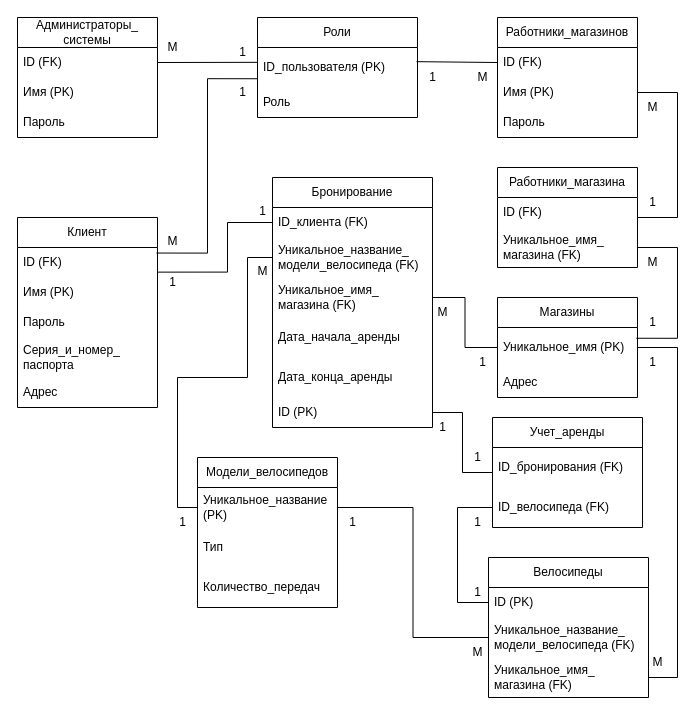
Earlier version of the draw.io diagram page "Реляционная модель" (2 of 6) of Диаграммы проката велосипедов.drawio (GeorgeAlwaysWin/BikeRent). Source tidied: cells renumbered, new cells numbered last; positions are measured from the earlier drawing's top-left corner, leaving out a move shared by most shapes. Both pictures are drawn from the tidied source at 100%, with x=0, y=0 at pixel (17, 17).
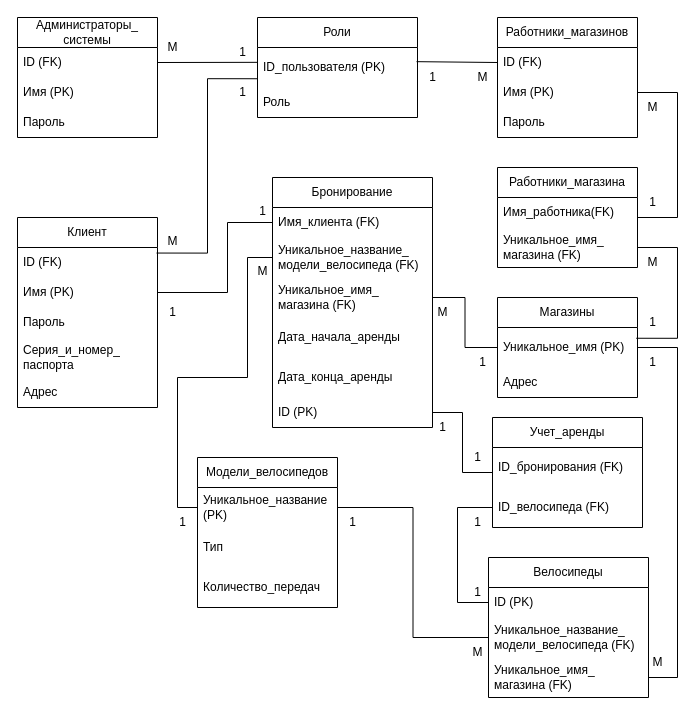
After the change.

The change refers to these unchanged cells:
```xml
<mxCell id="14" value="ID (FK)" style="text;strokeColor=none;fillColor=none;align=left;verticalAlign=middle;spacingLeft=4;spacingRight=4;overflow=hidden;points=[[0,0.5],[1,0.5]];portConstraint=eastwest;whiteSpace=wrap;html=1;fontFamily=Helvetica;fontSize=12;fontColor=default;labelBackgroundColor=default;" parent="13" vertex="1">
  <mxGeometry y="30" width="140" height="30" as="geometry" />
</mxCell>
<mxCell id="15" value="Имя (PK)" style="text;strokeColor=none;fillColor=none;align=left;verticalAlign=middle;spacingLeft=4;spacingRight=4;overflow=hidden;points=[[0,0.5],[1,0.5]];portConstraint=eastwest;whiteSpace=wrap;html=1;fontFamily=Helvetica;fontSize=12;fontColor=default;labelBackgroundColor=default;" parent="13" vertex="1">
  <mxGeometry y="60" width="140" height="30" as="geometry" />
</mxCell>
<mxCell id="19" value="Работники_магазина" style="swimlane;fontStyle=0;horizontal=1;startSize=30;whiteSpace=wrap;html=1;strokeColor=default;align=center;verticalAlign=middle;fontFamily=Helvetica;fontSize=12;fontColor=default;labelBackgroundColor=default;fillColor=default;" parent="1" vertex="1">
  <mxGeometry x="480" y="150" width="140" height="100" as="geometry" />
</mxCell>
<mxCell id="33" value="Бронирование" style="swimlane;fontStyle=0;horizontal=1;startSize=30;whiteSpace=wrap;html=1;strokeColor=default;align=center;verticalAlign=middle;fontFamily=Helvetica;fontSize=12;fontColor=default;labelBackgroundColor=default;fillColor=default;" parent="1" vertex="1">
  <mxGeometry x="255" y="160" width="160" height="250" as="geometry" />
</mxCell>
```

What changed in the source:
```diff
@@
-    <mxCell id="20" value="ID (FK)" style="text;strokeColor=none;fillColor=none;align=left;verticalAlign=middle;spacingLeft=4;spacingRight=4;overflow=hidden;whiteSpace=wrap;html=1;fontFamily=Helvetica;fontSize=12;fontColor=default;labelBackgroundColor=default;" parent="19" vertex="1">
+    <mxCell id="20" value="Имя_работника(FK)" style="text;strokeColor=none;fillColor=none;align=left;verticalAlign=middle;spacingLeft=4;spacingRight=4;overflow=hidden;whiteSpace=wrap;html=1;fontFamily=Helvetica;fontSize=12;fontColor=default;labelBackgroundColor=default;" parent="19" vertex="1">
       <mxGeometry y="30" width="140" height="30" as="geometry" />
     </mxCell>
@@
-    <mxCell id="34" value="ID_клиента (FK)" style="text;strokeColor=none;fillColor=none;align=left;verticalAlign=middle;spacingLeft=4;spacingRight=4;overflow=hidden;points=[[0,0.5],[1,0.5]];portConstraint=eastwest;whiteSpace=wrap;html=1;fontFamily=Helvetica;fontSize=12;fontColor=default;labelBackgroundColor=default;" parent="33" vertex="1">
+    <mxCell id="34" value="Имя_клиента (FK)" style="text;strokeColor=none;fillColor=none;align=left;verticalAlign=middle;spacingLeft=4;spacingRight=4;overflow=hidden;points=[[0,0.5],[1,0.5]];portConstraint=eastwest;whiteSpace=wrap;html=1;fontFamily=Helvetica;fontSize=12;fontColor=default;labelBackgroundColor=default;" parent="33" vertex="1">
       <mxGeometry y="30" width="160" height="30" as="geometry" />
     </mxCell>
@@
-    <mxCell id="52" style="edgeStyle=orthogonalEdgeStyle;shape=connector;rounded=0;jettySize=auto;html=1;exitX=0.998;exitY=0.821;exitDx=0;exitDy=0;entryX=0;entryY=0.5;entryDx=0;entryDy=0;strokeColor=default;align=center;verticalAlign=middle;fontFamily=Helvetica;fontSize=12;fontColor=default;labelBackgroundColor=default;startFill=0;endArrow=none;endFill=0;exitPerimeter=0;" parent="1" edge="1" source="14" target="34">
+    <mxCell id="52" style="edgeStyle=orthogonalEdgeStyle;shape=connector;rounded=0;jettySize=auto;html=1;exitX=1;exitY=0.5;exitDx=0;exitDy=0;entryX=0;entryY=0.5;entryDx=0;entryDy=0;strokeColor=default;align=center;verticalAlign=middle;fontFamily=Helvetica;fontSize=12;fontColor=default;labelBackgroundColor=default;startFill=0;endArrow=none;endFill=0;" parent="1" edge="1" source="15" target="34">
       <mxGeometry relative="1" as="geometry">
         <Array as="points">
-          <mxPoint x="210" y="255" />
+          <mxPoint x="210" y="275" />
           <mxPoint x="210" y="205" />
         </Array>
       </mxGeometry>
     </mxCell>
@@
     <mxCell id="54" value="1" style="text;html=1;align=center;verticalAlign=middle;strokeColor=none;fillColor=none;fontFamily=Helvetica;fontSize=12;fontColor=default;" parent="1" vertex="1">
-      <mxGeometry x="140" y="250" width="30" height="30" as="geometry" />
+      <mxGeometry x="140" y="280" width="30" height="30" as="geometry" />
     </mxCell>
```
